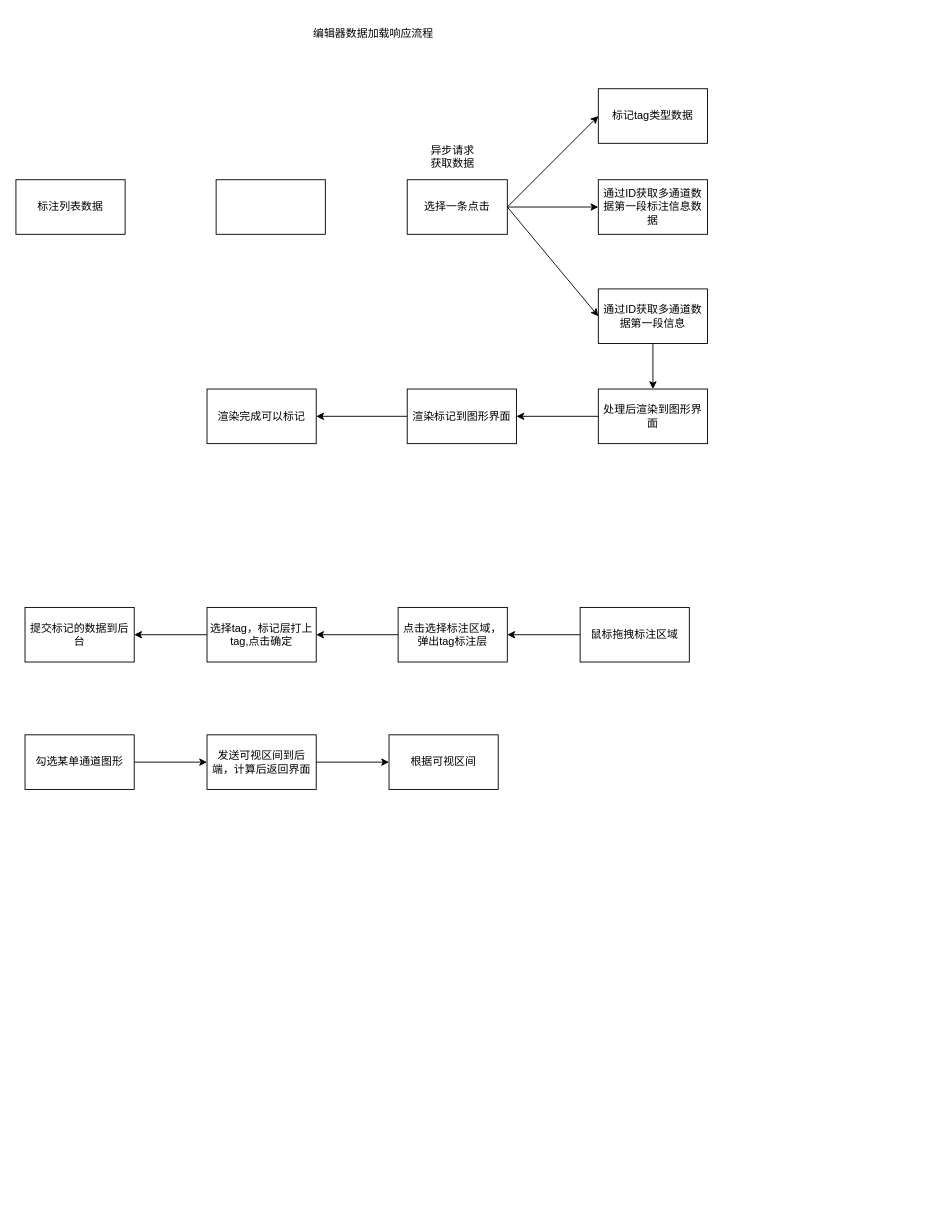
This is 标注编辑器数据流转.drawio from chenweihan/UML, a draw.io file, before an edit. Source tidied: cells renumbered, new cells numbered last; positions are measured from the earlier drawing's top-left corner, leaving out a move shared by most shapes. Both pictures are drawn from the tidied source at 91%, with x=0, y=0 at pixel (15, 25).
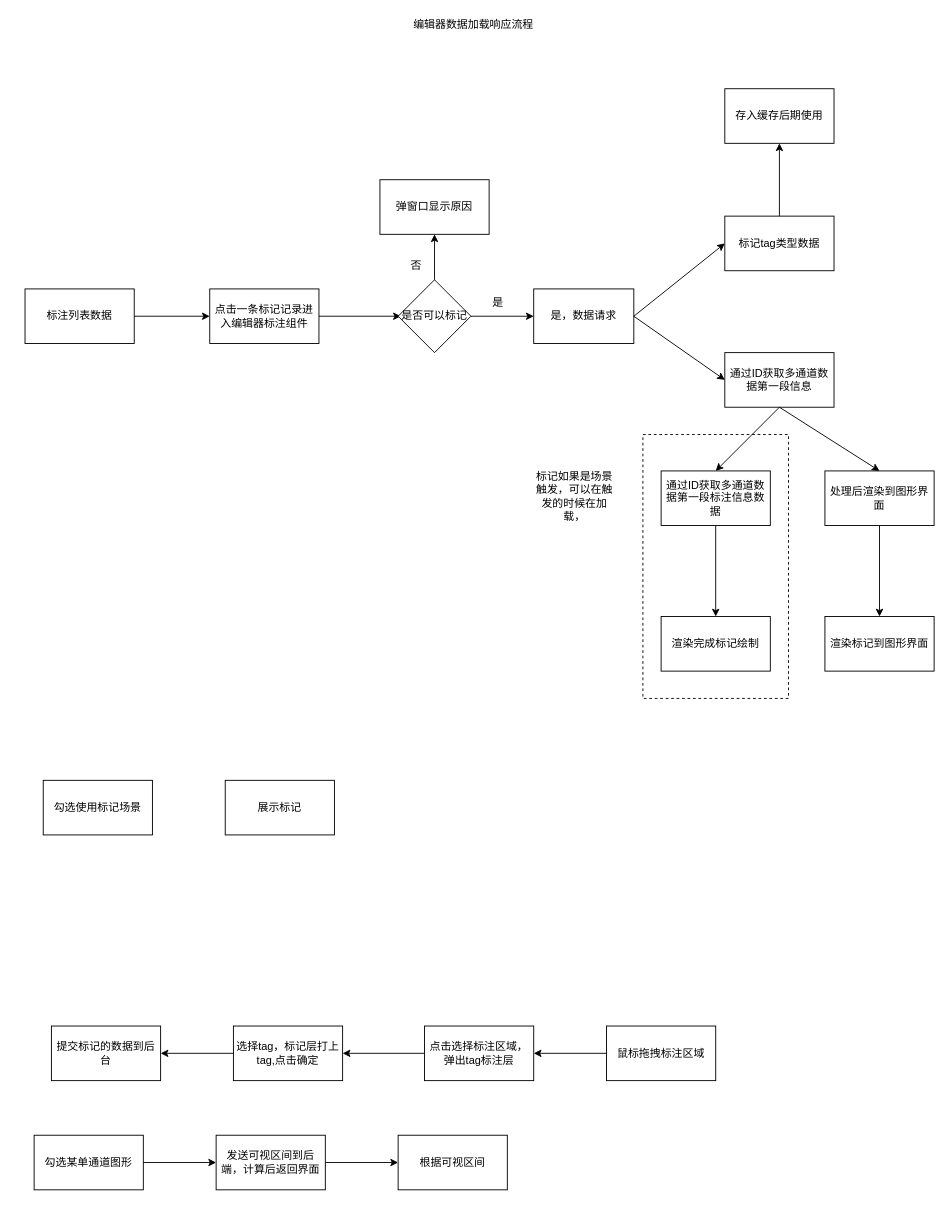
The same page after the edit.

Commit message (it also covers changes not shown here):
更新标注编辑器数据流转.drawio

Change to the diagram source:
```diff
@@
+    <mxCell id="31" style="rounded=0;whiteSpace=wrap;html=1;dashed=1;" parent="1" vertex="1">
+      <mxGeometry x="689" y="450" width="160" height="290" as="geometry" />
+    </mxCell>
     <mxCell id="2" value="标注列表数据" style="rounded=0;whiteSpace=wrap;html=1;" parent="1" vertex="1">
-      <mxGeometry y="170" width="120" height="60" as="geometry" />
+      <mxGeometry x="10" y="290" width="120" height="60" as="geometry" />
     </mxCell>
-    <mxCell id="3" value="选择一条点击" style="rounded=0;whiteSpace=wrap;html=1;" parent="1" vertex="1">
-      <mxGeometry x="430" y="170" width="110" height="60" as="geometry" />
+    <mxCell id="3" value="是，数据请求" style="rounded=0;whiteSpace=wrap;html=1;" parent="1" vertex="1">
+      <mxGeometry x="569" y="290" width="110" height="60" as="geometry" />
     </mxCell>
     <mxCell id="4" value="通过ID获取多通道数据第一段信息" style="rounded=0;whiteSpace=wrap;html=1;" parent="1" vertex="1">
-      <mxGeometry x="640" y="290" width="120" height="60" as="geometry" />
+      <mxGeometry x="779" y="360" width="120" height="60" as="geometry" />
     </mxCell>
     <mxCell id="5" value="处理后渲染到图形界面" style="rounded=0;whiteSpace=wrap;html=1;" parent="1" vertex="1">
-      <mxGeometry x="640" y="400" width="120" height="60" as="geometry" />
+      <mxGeometry x="889" y="490" width="120" height="60" as="geometry" />
     </mxCell>
@@
     <mxCell id="7" value="勾选某单通道图形" style="rounded=0;whiteSpace=wrap;html=1;" parent="1" vertex="1">
-      <mxGeometry x="10" y="780" width="120" height="60" as="geometry" />
+      <mxGeometry x="20" y="1220" width="120" height="60" as="geometry" />
     </mxCell>
     <mxCell id="8" style="endArrow=classic;html=1;rounded=0;exitX=1;exitY=0.5;exitDx=0;exitDy=0;" parent="1" edge="1" source="7">
       <mxGeometry relative="1" as="geometry">
-        <mxPoint x="210" y="810" as="targetPoint" />
+        <mxPoint x="220" y="1250" as="targetPoint" />
       </mxGeometry>
     </mxCell>
     <mxCell id="9" value="发送可视区间到后端，计算后返回界面" style="rounded=0;whiteSpace=wrap;html=1;" parent="1" vertex="1">
-      <mxGeometry x="210" y="780" width="120" height="60" as="geometry" />
+      <mxGeometry x="220" y="1220" width="120" height="60" as="geometry" />
     </mxCell>
     <mxCell id="10" style="endArrow=classic;html=1;rounded=0;exitX=1;exitY=0.5;exitDx=0;exitDy=0;" parent="1" edge="1" source="9">
       <mxGeometry relative="1" as="geometry">
-        <mxPoint x="410" y="810" as="targetPoint" />
+        <mxPoint x="420" y="1250" as="targetPoint" />
       </mxGeometry>
     </mxCell>
     <mxCell id="11" value="根据可视区间" style="rounded=0;whiteSpace=wrap;html=1;" parent="1" vertex="1">
-      <mxGeometry x="410" y="780" width="120" height="60" as="geometry" />
+      <mxGeometry x="420" y="1220" width="120" height="60" as="geometry" />
     </mxCell>
     <mxCell id="12" value="鼠标拖拽标注区域" style="rounded=0;whiteSpace=wrap;html=1;" parent="1" vertex="1">
-      <mxGeometry x="620" y="640" width="120" height="60" as="geometry" />
+      <mxGeometry x="649" y="1100" width="120" height="60" as="geometry" />
     </mxCell>
     <mxCell id="13" value="编辑器数据加载响应流程" style="text;html=1;strokeColor=none;fillColor=none;align=center;verticalAlign=middle;whiteSpace=wrap;rounded=0;" parent="1" vertex="1">
-      <mxGeometry x="320" width="146" height="20" as="geometry" />
+      <mxGeometry x="430" y="-10" width="146" height="20" as="geometry" />
     </mxCell>
     <mxCell id="14" value="点击选择标注区域，弹出tag标注层" style="rounded=0;whiteSpace=wrap;html=1;" parent="1" vertex="1">
-      <mxGeometry x="420" y="640" width="120" height="60" as="geometry" />
+      <mxGeometry x="449" y="1100" width="120" height="60" as="geometry" />
     </mxCell>
@@
     <mxCell id="16" value="标记tag类型数据" style="rounded=0;whiteSpace=wrap;html=1;" parent="1" vertex="1">
-      <mxGeometry x="640" y="70" width="120" height="60" as="geometry" />
+      <mxGeometry x="779" y="210" width="120" height="60" as="geometry" />
     </mxCell>
     <mxCell id="17" value="通过ID获取多通道数据第一段标注信息数据" style="rounded=0;whiteSpace=wrap;html=1;" parent="1" vertex="1">
-      <mxGeometry x="640" y="170" width="120" height="60" as="geometry" />
+      <mxGeometry x="709" y="490" width="120" height="60" as="geometry" />
     </mxCell>
@@
-    <mxCell id="19" value="异步请求获取数据" style="text;html=1;strokeColor=none;fillColor=none;align=center;verticalAlign=middle;whiteSpace=wrap;rounded=0;" parent="1" vertex="1">
-      <mxGeometry x="450" y="130" width="60" height="30" as="geometry" />
-    </mxCell>
-    <mxCell id="20" style="endArrow=classic;html=1;rounded=0;entryX=0;entryY=0.5;entryDx=0;entryDy=0;" parent="1" edge="1" target="17">
-      <mxGeometry relative="1" as="geometry">
-        <mxPoint x="540" y="200" as="sourcePoint" />
-      </mxGeometry>
-    </mxCell>
     <mxCell id="21" style="endArrow=classic;html=1;rounded=0;entryX=0;entryY=0.5;entryDx=0;entryDy=0;" parent="1" edge="1" target="16">
       <mxGeometry relative="1" as="geometry">
-        <mxPoint x="540" y="200" as="sourcePoint" />
+        <mxPoint x="679" y="320" as="sourcePoint" />
       </mxGeometry>
     </mxCell>
     <mxCell id="22" value="选择tag，标记层打上tag,点击确定" style="rounded=0;whiteSpace=wrap;html=1;" parent="1" vertex="1">
-      <mxGeometry x="210" y="640" width="120" height="60" as="geometry" />
+      <mxGeometry x="239" y="1100" width="120" height="60" as="geometry" />
     </mxCell>
@@
     <mxCell id="24" value="提交标记的数据到后台" style="rounded=0;whiteSpace=wrap;html=1;" parent="1" vertex="1">
-      <mxGeometry x="10" y="640" width="120" height="60" as="geometry" />
+      <mxGeometry x="39" y="1100" width="120" height="60" as="geometry" />
     </mxCell>
@@
     <mxCell id="26" value="渲染标记到图形界面" style="rounded=0;whiteSpace=wrap;html=1;" parent="1" vertex="1">
-      <mxGeometry x="430" y="400" width="120" height="60" as="geometry" />
+      <mxGeometry x="889" y="650" width="120" height="60" as="geometry" />
     </mxCell>
-    <mxCell id="27" style="endArrow=classic;html=1;rounded=0;exitX=0;exitY=0.5;exitDx=0;exitDy=0;entryX=1;entryY=0.5;entryDx=0;entryDy=0;" parent="1" edge="1" source="5" target="26">
-      <mxGeometry relative="1" as="geometry" />
-    </mxCell>
-    <mxCell id="28" style="endArrow=classic;html=1;rounded=0;exitX=0;exitY=0.5;exitDx=0;exitDy=0;entryX=1;entryY=0.5;entryDx=0;entryDy=0;" parent="1" edge="1" source="26" target="29">
-      <mxGeometry relative="1" as="geometry" />
-    </mxCell>
-    <mxCell id="29" value="渲染完成可以标记" style="rounded=0;whiteSpace=wrap;html=1;" parent="1" vertex="1">
-      <mxGeometry x="210" y="400" width="120" height="60" as="geometry" />
+    <mxCell id="29" value="渲染完成标记绘制" style="rounded=0;whiteSpace=wrap;html=1;" parent="1" vertex="1">
+      <mxGeometry x="709" y="650" width="120" height="60" as="geometry" />
     </mxCell>
-    <mxCell id="30" style="rounded=0;whiteSpace=wrap;html=1;" parent="1" vertex="1">
-      <mxGeometry x="220" y="170" width="120" height="60" as="geometry" />
+    <mxCell id="30" value="点击一条标记记录进入编辑器标注组件" style="rounded=0;whiteSpace=wrap;html=1;" parent="1" vertex="1">
+      <mxGeometry x="213" y="290" width="120" height="60" as="geometry" />
     </mxCell>
+    <mxCell id="32" style="endArrow=classic;html=1;rounded=0;exitX=1;exitY=0.5;exitDx=0;exitDy=0;entryX=0;entryY=0.5;entryDx=0;entryDy=0;" parent="1" edge="1" source="2" target="30">
+      <mxGeometry relative="1" as="geometry" />
+    </mxCell>
+    <mxCell id="33" style="endArrow=classic;html=1;rounded=0;exitX=1;exitY=0.5;exitDx=0;exitDy=0;entryX=0;entryY=0.5;entryDx=0;entryDy=0;" parent="1" edge="1" source="30">
+      <mxGeometry relative="1" as="geometry">
+        <mxPoint x="423" y="320" as="targetPoint" />
+      </mxGeometry>
+    </mxCell>
+    <mxCell id="34" value="存入缓存后期使用" style="rounded=0;whiteSpace=wrap;html=1;" parent="1" vertex="1">
+      <mxGeometry x="779" y="70" width="120" height="60" as="geometry" />
+    </mxCell>
+    <mxCell id="35" style="endArrow=classic;html=1;rounded=0;exitX=0.5;exitY=0;exitDx=0;exitDy=0;entryX=0.5;entryY=1;entryDx=0;entryDy=0;" parent="1" edge="1" source="16" target="34">
+      <mxGeometry relative="1" as="geometry" />
+    </mxCell>
+    <mxCell id="27" style="endArrow=classic;html=1;rounded=0;exitX=0.5;exitY=1;exitDx=0;exitDy=0;entryX=0.5;entryY=0;entryDx=0;entryDy=0;" parent="1" edge="1" source="5" target="26">
+      <mxGeometry relative="1" as="geometry" />
+    </mxCell>
+    <mxCell id="36" style="endArrow=classic;html=1;rounded=0;entryX=0.5;entryY=0;entryDx=0;entryDy=0;" parent="1" edge="1" target="17">
+      <mxGeometry relative="1" as="geometry">
+        <mxPoint x="839" y="420" as="sourcePoint" />
+      </mxGeometry>
+    </mxCell>
+    <mxCell id="37" style="endArrow=classic;html=1;rounded=0;exitX=0.5;exitY=1;exitDx=0;exitDy=0;entryX=0.5;entryY=0;entryDx=0;entryDy=0;" parent="1" edge="1" source="17" target="29">
+      <mxGeometry relative="1" as="geometry" />
+    </mxCell>
+    <mxCell id="38" value="标记如果是场景触发，可以在触发的时候在加载，" style="text;html=1;strokeColor=none;fillColor=none;align=center;verticalAlign=middle;whiteSpace=wrap;rounded=0;dashed=1;" parent="1" vertex="1">
+      <mxGeometry x="569" y="485" width="90" height="65" as="geometry" />
+    </mxCell>
+    <mxCell id="39" value="勾选使用标记场景" style="rounded=0;whiteSpace=wrap;html=1;" parent="1" vertex="1">
+      <mxGeometry x="30" y="830" width="120" height="60" as="geometry" />
+    </mxCell>
+    <mxCell id="40" value="展示标记" style="rounded=0;whiteSpace=wrap;html=1;" parent="1" vertex="1">
+      <mxGeometry x="230" y="830" width="120" height="60" as="geometry" />
+    </mxCell>
+    <mxCell id="41" value="是否可以标记" style="rhombus;whiteSpace=wrap;html=1;" parent="1" vertex="1">
+      <mxGeometry x="420" y="280" width="80" height="80" as="geometry" />
+    </mxCell>
+    <mxCell id="42" style="endArrow=classic;html=1;rounded=0;exitX=1;exitY=0.5;exitDx=0;exitDy=0;entryX=0;entryY=0.5;entryDx=0;entryDy=0;" parent="1" edge="1" source="41" target="3">
+      <mxGeometry relative="1" as="geometry" />
+    </mxCell>
+    <mxCell id="43" style="endArrow=classic;html=1;rounded=0;exitX=0.5;exitY=0;exitDx=0;exitDy=0;" parent="1" edge="1" source="41">
+      <mxGeometry relative="1" as="geometry">
+        <mxPoint x="460" y="230" as="targetPoint" />
+      </mxGeometry>
+    </mxCell>
+    <mxCell id="44" value="弹窗口显示原因" style="rounded=0;whiteSpace=wrap;html=1;" parent="1" vertex="1">
+      <mxGeometry x="400" y="170" width="120" height="60" as="geometry" />
+    </mxCell>
+    <mxCell id="45" value="否" style="text;html=1;strokeColor=none;fillColor=none;align=center;verticalAlign=middle;whiteSpace=wrap;rounded=0;" parent="1" vertex="1">
+      <mxGeometry x="410" y="250" width="60" height="30" as="geometry" />
+    </mxCell>
+    <mxCell id="46" value="是" style="text;html=1;strokeColor=none;fillColor=none;align=center;verticalAlign=middle;whiteSpace=wrap;rounded=0;" parent="1" vertex="1">
+      <mxGeometry x="500" y="290" width="60" height="30" as="geometry" />
+    </mxCell>
```
